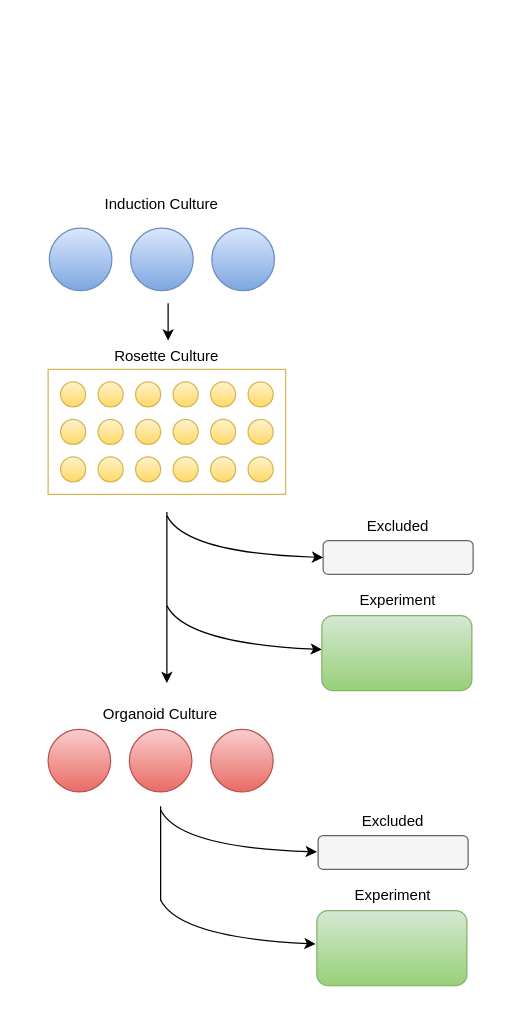
judewerth/utah_organoids keeps this draw.io diagram as images/culture_diagram.drawio. Above is the earlier version. Source tidied: cells renumbered, new cells numbered last; positions are measured from the earlier drawing's top-left corner, leaving out a move shared by most shapes. Both pictures are drawn from the tidied source at 125%, with x=0, y=0 at pixel (21, 175).
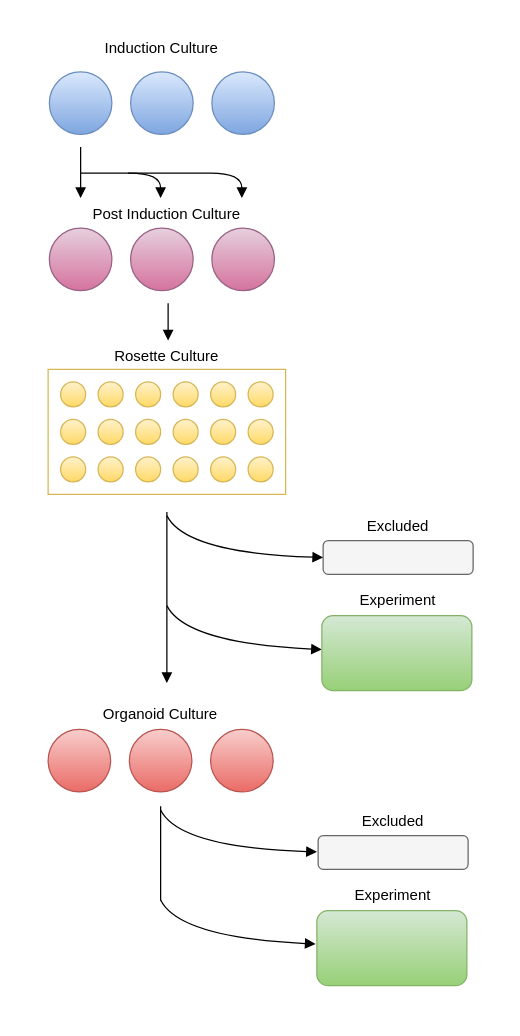
After the change.

Commit message (it also covers changes not shown here):
Add `Post Induction Culture` step to flowchart

Unchanged cells that the change refers to:
```xml
<mxCell id="7" style="rounded=1;whiteSpace=wrap;html=1;fillColor=#d5e8d4;gradientColor=#97d077;strokeColor=#82b366;" parent="1" vertex="1">
  <mxGeometry x="240" y="352" width="120" height="60" as="geometry" />
</mxCell>
<mxCell id="36" style="rounded=1;whiteSpace=wrap;html=1;fillColor=#f5f5f5;strokeColor=#666666;fontColor=#333333;" parent="1" vertex="1">
  <mxGeometry x="241" y="292" width="120" height="27" as="geometry" />
</mxCell>
```

The edit, as a diff of the source:
```diff
@@
     <mxCell id="2" style="rounded=1;whiteSpace=wrap;html=1;fillColor=none;strokeColor=none;" parent="1" vertex="1">
-      <mxGeometry width="382" height="672" as="geometry" />
+      <mxGeometry y="-123" width="382" height="790" as="geometry" />
     </mxCell>
-    <mxCell id="3" value="Induction Culture" style="rounded=1;whiteSpace=wrap;html=1;strokeColor=none;" parent="1" vertex="1">
-      <mxGeometry x="52" y="22" width="120" as="geometry" />
+    <mxCell id="3" value="Post Induction Culture" style="rounded=1;whiteSpace=wrap;html=1;strokeColor=none;" parent="1" vertex="1">
+      <mxGeometry x="51" y="30" width="130" as="geometry" />
     </mxCell>
-    <mxCell id="4" style="endArrow=classic;html=1;rounded=0;" parent="1" edge="1">
+    <mxCell id="4" style="endArrow=block;html=1;rounded=0;endFill=1;" parent="1" edge="1">
       <mxGeometry relative="1" as="geometry">
         <mxPoint x="117" y="102" as="sourcePoint" />
         <mxPoint x="117" y="132" as="targetPoint" />
       </mxGeometry>
     </mxCell>
@@
-    <mxCell id="6" style="curved=1;endArrow=classic;html=1;rounded=0;" parent="1" edge="1" target="7">
+    <mxCell id="6" style="curved=1;endArrow=block;html=1;rounded=0;endFill=1;" parent="1" edge="1" target="7">
       <mxGeometry relative="1" as="geometry">
         <mxPoint x="116" y="344" as="sourcePoint" />
         <Array as="points">
           <mxPoint x="131" y="374" />
         </Array>
       </mxGeometry>
     </mxCell>
@@
-    <mxCell id="8" style="endArrow=classic;html=1;rounded=0;" parent="1" edge="1">
+    <mxCell id="8" style="endArrow=block;html=1;rounded=0;endFill=1;" parent="1" edge="1">
       <mxGeometry relative="1" as="geometry">
         <mxPoint x="116" y="269" as="sourcePoint" />
         <mxPoint x="116" y="406" as="targetPoint" />
       </mxGeometry>
     </mxCell>
-    <mxCell id="9" style="ellipse;whiteSpace=wrap;html=1;fillColor=#dae8fc;strokeColor=#6c8ebf;gradientColor=#7ea6e0;" parent="1" vertex="1">
+    <mxCell id="9" style="ellipse;whiteSpace=wrap;html=1;fillColor=#e6d0de;strokeColor=#996185;gradientColor=#d5739d;" parent="1" vertex="1">
       <mxGeometry x="22" y="42" width="50" height="50" as="geometry" />
     </mxCell>
-    <mxCell id="10" style="ellipse;whiteSpace=wrap;html=1;fillColor=#dae8fc;strokeColor=#6c8ebf;gradientColor=#7ea6e0;" parent="1" vertex="1">
+    <mxCell id="10" style="ellipse;whiteSpace=wrap;html=1;fillColor=#e6d0de;strokeColor=#996185;gradientColor=#d5739d;" parent="1" vertex="1">
       <mxGeometry x="87" y="42" width="50" height="50" as="geometry" />
     </mxCell>
-    <mxCell id="11" style="ellipse;whiteSpace=wrap;html=1;fillColor=#dae8fc;strokeColor=#6c8ebf;gradientColor=#7ea6e0;" parent="1" vertex="1">
+    <mxCell id="11" style="ellipse;whiteSpace=wrap;html=1;fillColor=#e6d0de;strokeColor=#996185;gradientColor=#d5739d;" parent="1" vertex="1">
       <mxGeometry x="152" y="42" width="50" height="50" as="geometry" />
     </mxCell>
@@
-    <mxCell id="38" style="curved=1;endArrow=classic;html=1;rounded=0;entryX=0;entryY=0.5;entryDx=0;entryDy=0;" parent="1" edge="1" target="36">
+    <mxCell id="38" style="curved=1;endArrow=block;html=1;rounded=0;entryX=0;entryY=0.5;entryDx=0;entryDy=0;endFill=1;" parent="1" edge="1" target="36">
       <mxGeometry relative="1" as="geometry">
         <mxPoint x="116" y="272" as="sourcePoint" />
         <Array as="points">
           <mxPoint x="131" y="302" />
         </Array>
       </mxGeometry>
     </mxCell>
-    <mxCell id="39" style="curved=1;endArrow=classic;html=1;rounded=0;" parent="1" edge="1">
+    <mxCell id="39" style="curved=1;endArrow=block;html=1;rounded=0;endFill=1;" parent="1" edge="1">
       <mxGeometry relative="1" as="geometry">
         <mxPoint x="111" y="579.5" as="sourcePoint" />
         <mxPoint x="235" y="614.7" as="targetPoint" />
         <Array as="points">
           <mxPoint x="126" y="609.5" />
         </Array>
       </mxGeometry>
     </mxCell>
@@
-    <mxCell id="41" style="curved=1;endArrow=classic;html=1;rounded=0;entryX=0;entryY=0.5;entryDx=0;entryDy=0;" parent="1" edge="1">
+    <mxCell id="41" style="curved=1;endArrow=block;html=1;rounded=0;entryX=0;entryY=0.5;entryDx=0;entryDy=0;endFill=1;" parent="1" edge="1">
       <mxGeometry relative="1" as="geometry">
         <mxPoint x="111" y="507.5" as="sourcePoint" />
         <mxPoint x="236" y="541" as="targetPoint" />
         <Array as="points">
           <mxPoint x="126" y="537.5" />
         </Array>
       </mxGeometry>
     </mxCell>
@@
+    <mxCell id="46" value="Induction Culture" style="rounded=1;whiteSpace=wrap;html=1;strokeColor=none;" parent="1" vertex="1">
+      <mxGeometry x="52" y="-103" width="120" as="geometry" />
+    </mxCell>
+    <mxCell id="47" style="endArrow=block;html=1;rounded=0;endFill=1;" parent="1" edge="1">
+      <mxGeometry relative="1" as="geometry">
+        <mxPoint x="47" y="-23" as="sourcePoint" />
+        <mxPoint x="47" y="18" as="targetPoint" />
+      </mxGeometry>
+    </mxCell>
+    <mxCell id="48" style="ellipse;whiteSpace=wrap;html=1;fillColor=#dae8fc;strokeColor=#6c8ebf;gradientColor=#7ea6e0;" parent="1" vertex="1">
+      <mxGeometry x="22" y="-83" width="50" height="50" as="geometry" />
+    </mxCell>
+    <mxCell id="49" style="ellipse;whiteSpace=wrap;html=1;fillColor=#dae8fc;strokeColor=#6c8ebf;gradientColor=#7ea6e0;" parent="1" vertex="1">
+      <mxGeometry x="87" y="-83" width="50" height="50" as="geometry" />
+    </mxCell>
+    <mxCell id="50" style="ellipse;whiteSpace=wrap;html=1;fillColor=#dae8fc;strokeColor=#6c8ebf;gradientColor=#7ea6e0;" parent="1" vertex="1">
+      <mxGeometry x="152" y="-83" width="50" height="50" as="geometry" />
+    </mxCell>
+    <mxCell id="51" style="curved=1;endArrow=block;html=1;rounded=0;endFill=1;" parent="1" edge="1">
+      <mxGeometry relative="1" as="geometry">
+        <mxPoint x="85" y="-2" as="sourcePoint" />
+        <mxPoint x="176" y="18" as="targetPoint" />
+        <Array as="points">
+          <mxPoint x="126" y="-2" />
+          <mxPoint x="176" y="-2" />
+        </Array>
+      </mxGeometry>
+    </mxCell>
+    <mxCell id="52" style="curved=1;endArrow=block;html=1;rounded=0;endFill=1;" parent="1" edge="1">
+      <mxGeometry relative="1" as="geometry">
+        <mxPoint x="47" y="-2" as="sourcePoint" />
+        <mxPoint x="111" y="18" as="targetPoint" />
+        <Array as="points">
+          <mxPoint x="61" y="-2" />
+          <mxPoint x="111" y="-2" />
+        </Array>
+      </mxGeometry>
+    </mxCell>
```
